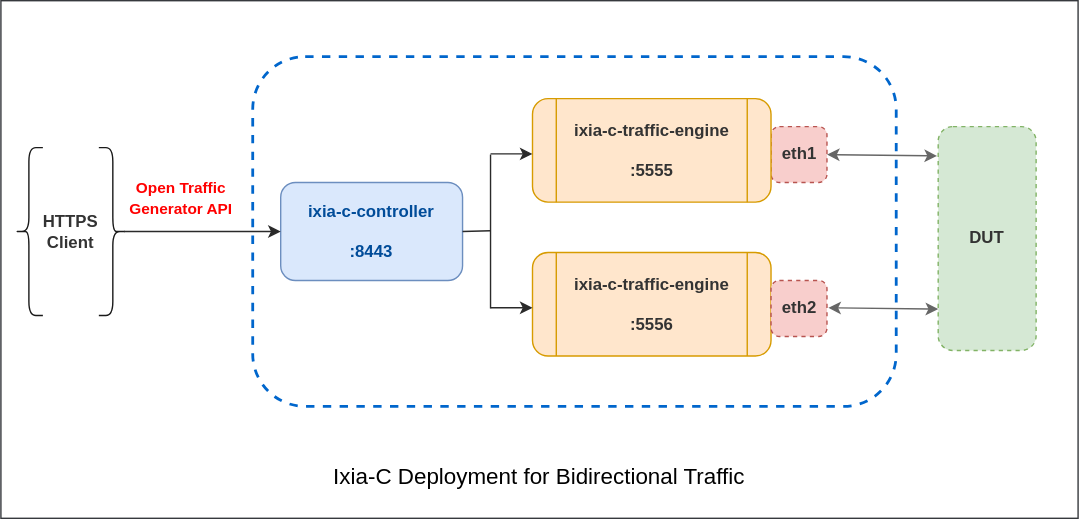
The draw.io diagram docs/res/ixia-c.drawio.svg in open-traffic-generator/ixia-c, before a commit. Source tidied: cells renumbered, new cells last; positions are measured from the earlier drawing's top-left corner, leaving out a move shared by most shapes.
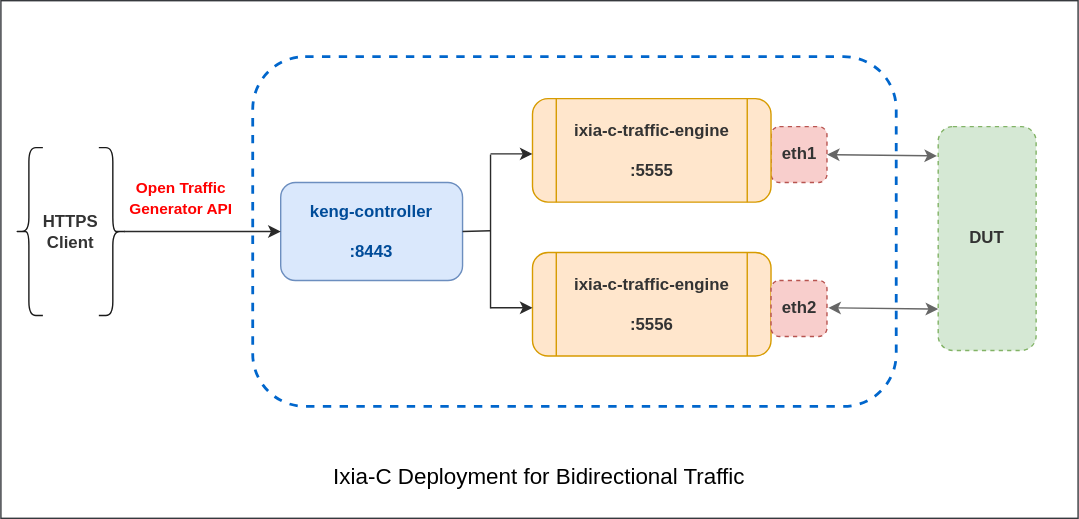
Later version of the same file.

What changed in the source:
```diff
@@ -24,7 +24,7 @@
     <mxCell id="7" value="&lt;font color=&quot;#333333&quot;&gt;&lt;b&gt;DUT&lt;/b&gt;&lt;/font&gt;" style="rounded=1;whiteSpace=wrap;html=1;fillColor=#d5e8d4;strokeColor=#82b366;dashed=1;" parent="1" vertex="1">
       <mxGeometry x="670" y="90" width="70" height="160" as="geometry" />
     </mxCell>
-    <mxCell id="8" value="&lt;b&gt;&lt;font color=&quot;#004c99&quot;&gt;ixia-c-controller&lt;br&gt;&lt;br&gt;:8443&lt;br&gt;&lt;/font&gt;&lt;/b&gt;" style="rounded=1;whiteSpace=wrap;html=1;fillColor=#dae8fc;strokeColor=#6c8ebf;" parent="1" vertex="1">
+    <mxCell id="8" value="&lt;font color=&quot;#004c99&quot; style=&quot;font-size: 12px;&quot;&gt;&lt;b&gt;keng-controller&lt;/b&gt;&lt;/font&gt;&lt;b&gt;&lt;font color=&quot;#004c99&quot;&gt;&lt;br&gt;&lt;br&gt;:8443&lt;br&gt;&lt;/font&gt;&lt;/b&gt;" style="rounded=1;whiteSpace=wrap;html=1;fillColor=#dae8fc;strokeColor=#6c8ebf;" parent="1" vertex="1">
       <mxGeometry x="200" y="130" width="130" height="70" as="geometry" />
     </mxCell>
     <mxCell id="9" style="shape=curlyBracket;whiteSpace=wrap;html=1;rounded=1;strokeColor=#1A1A1A;" parent="1" vertex="1">
```
